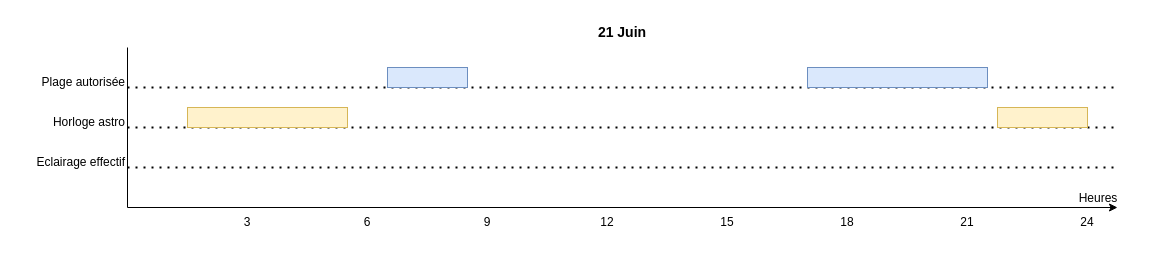
sosandroid/EclairagePublic keeps this draw.io diagram as page "21-jun" (1 of 4) of res/eclairage_public.drawio. Above is the earlier version. Source tidied: cells renumbered, new cells numbered last; positions are measured from the earlier drawing's top-left corner, leaving out a move shared by most shapes. Both pictures are drawn from the tidied source at 100%, with x=0, y=0 at pixel (17, 17).
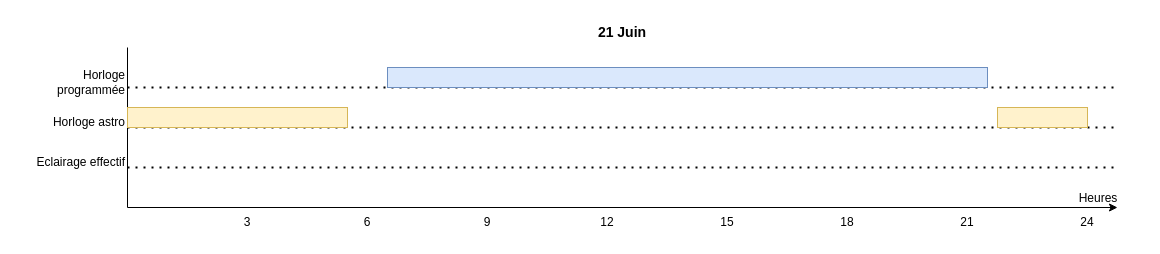
The same page after the edit.

What changed in the source:
```diff
@@
     <mxCell id="15" style="rounded=0;whiteSpace=wrap;html=1;fillColor=#dae8fc;strokeColor=#6c8ebf;" parent="1" vertex="1">
-      <mxGeometry x="370" y="50" width="80" height="20" as="geometry" />
+      <mxGeometry x="370" y="50" width="600" height="20" as="geometry" />
     </mxCell>
-    <mxCell id="16" style="rounded=0;whiteSpace=wrap;html=1;fillColor=#dae8fc;strokeColor=#6c8ebf;" parent="1" vertex="1">
-      <mxGeometry x="790" y="50" width="180" height="20" as="geometry" />
-    </mxCell>
     <mxCell id="17" style="rounded=0;whiteSpace=wrap;html=1;fillColor=#fff2cc;strokeColor=#d6b656;" parent="1" vertex="1">
-      <mxGeometry x="170" y="90" width="160" height="20" as="geometry" />
+      <mxGeometry x="110" y="90" width="220" height="20" as="geometry" />
     </mxCell>
@@
-    <mxCell id="19" value="Plage autorisée" style="text;html=1;align=right;verticalAlign=middle;whiteSpace=wrap;rounded=0;" parent="1" vertex="1">
+    <mxCell id="19" value="Horloge programmée" style="text;html=1;align=right;verticalAlign=middle;whiteSpace=wrap;rounded=0;" parent="1" vertex="1">
       <mxGeometry x="20" y="50" width="90" height="30" as="geometry" />
     </mxCell>
```
